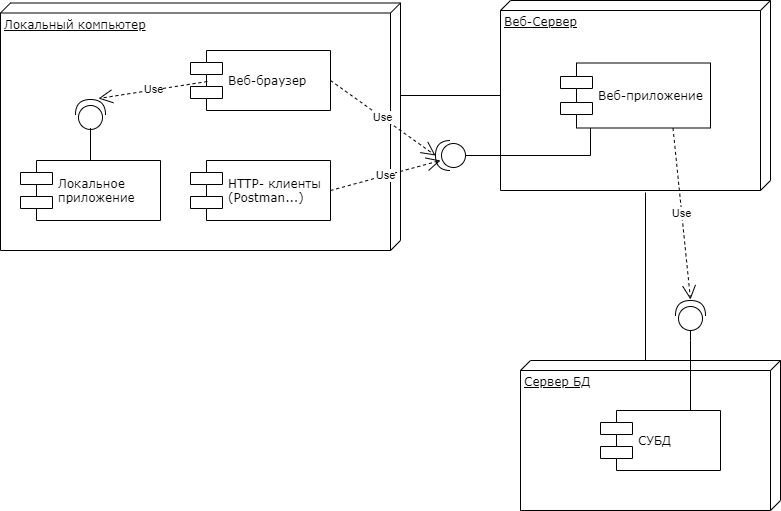
Before: diagrams/Component_diagram.png, a diagram exported from draw.io (IndiFox/rvs). Source tidied: cells renumbered, new cells last; positions are measured from the earlier drawing's top-left corner, leaving out a move shared by most shapes.
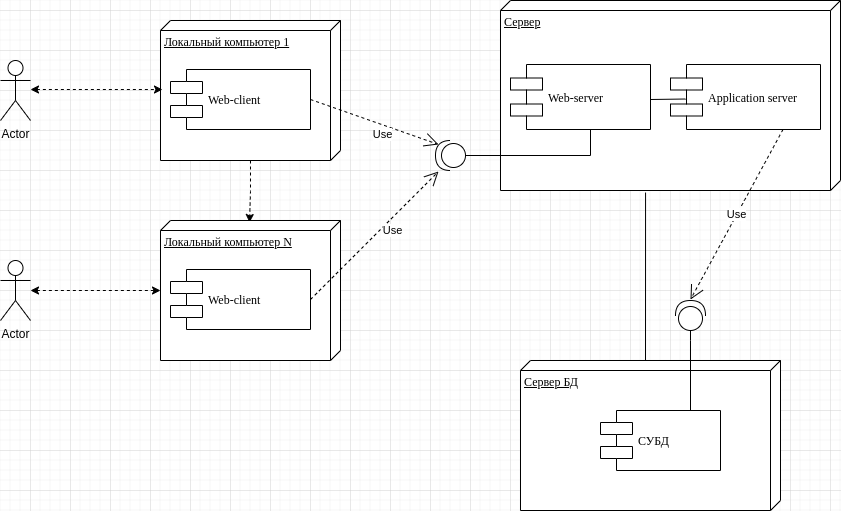
After the commit.

Commit message:
UPD_diagrams

What changed in the source:
```diff
@@ -2,17 +2,22 @@
   <root>
     <mxCell id="0" />
     <mxCell id="1" parent="0" />
+    <mxCell id="22" style="edgeStyle=orthogonalEdgeStyle;rounded=0;jettySize=auto;html=1;dashed=1;" parent="1" edge="1" source="2">
+      <mxGeometry relative="1" as="geometry">
+        <mxPoint x="249" y="222" as="targetPoint" />
+      </mxGeometry>
+    </mxCell>
-    <mxCell id="2" value="Локальный компьютер" style="verticalAlign=top;align=left;spacingTop=8;spacingLeft=2;spacingRight=12;shape=cube;size=10;direction=south;fontStyle=4;html=1;rounded=0;shadow=0;comic=0;labelBackgroundColor=none;strokeWidth=1;fontFamily=Verdana;fontSize=12;" parent="1" vertex="1">
-      <mxGeometry y="2.5" width="400" height="247.5" as="geometry" />
+    <mxCell id="2" value="Локальный компьютер 1" style="verticalAlign=top;align=left;spacingTop=8;spacingLeft=2;spacingRight=12;shape=cube;size=10;direction=south;fontStyle=4;html=1;rounded=0;shadow=0;comic=0;labelBackgroundColor=none;strokeWidth=1;fontFamily=Verdana;fontSize=12;" parent="1" vertex="1">
+      <mxGeometry x="160" y="20" width="180" height="140" as="geometry" />
     </mxCell>
-    <mxCell id="3" value="Веб-Сервер" style="verticalAlign=top;align=left;spacingTop=8;spacingLeft=2;spacingRight=12;shape=cube;size=10;direction=south;fontStyle=4;html=1;rounded=0;shadow=0;comic=0;labelBackgroundColor=none;strokeWidth=1;fontFamily=Verdana;fontSize=12;" parent="1" vertex="1">
-      <mxGeometry x="500" width="270" height="190" as="geometry" />
+    <mxCell id="3" value="Сервер" style="verticalAlign=top;align=left;spacingTop=8;spacingLeft=2;spacingRight=12;shape=cube;size=10;direction=south;fontStyle=4;html=1;rounded=0;shadow=0;comic=0;labelBackgroundColor=none;strokeWidth=1;fontFamily=Verdana;fontSize=12;" parent="1" vertex="1">
+      <mxGeometry x="500" width="340" height="190" as="geometry" />
     </mxCell>
     <mxCell id="4" value="Сервер БД" style="verticalAlign=top;align=left;spacingTop=8;spacingLeft=2;spacingRight=12;shape=cube;size=10;direction=south;fontStyle=4;html=1;rounded=0;shadow=0;comic=0;labelBackgroundColor=none;strokeWidth=1;fontFamily=Verdana;fontSize=12;" parent="1" vertex="1">
       <mxGeometry x="520" y="360" width="260" height="150" as="geometry" />
     </mxCell>
-    <mxCell id="5" value="Веб-браузер" style="shape=component;align=left;spacingLeft=36;rounded=0;shadow=0;comic=0;labelBackgroundColor=none;strokeWidth=1;fontFamily=Verdana;fontSize=12;html=1;" parent="1" vertex="1">
-      <mxGeometry x="190" y="50" width="140" height="60" as="geometry" />
+    <mxCell id="5" value="Web-client" style="shape=component;align=left;spacingLeft=36;rounded=0;shadow=0;comic=0;labelBackgroundColor=none;strokeWidth=1;fontFamily=Verdana;fontSize=12;html=1;" parent="1" vertex="1">
+      <mxGeometry x="170" y="69" width="140" height="60" as="geometry" />
     </mxCell>
     <mxCell id="6" value="СУБД" style="shape=component;align=left;spacingLeft=36;rounded=0;shadow=0;comic=0;labelBackgroundColor=none;strokeWidth=1;fontFamily=Verdana;fontSize=12;html=1;" parent="1" vertex="1">
       <mxGeometry x="600" y="410" width="120" height="60" as="geometry" />
@@ -26,12 +31,9 @@
         </Array>
       </mxGeometry>
     </mxCell>
-    <mxCell id="8" value="Веб-приложение" style="shape=component;align=left;spacingLeft=36;rounded=0;shadow=0;comic=0;labelBackgroundColor=none;strokeWidth=1;fontFamily=Verdana;fontSize=12;html=1;" parent="1" vertex="1">
-      <mxGeometry x="560" y="62.5" width="150" height="65" as="geometry" />
+    <mxCell id="8" value="Application server" style="shape=component;align=left;spacingLeft=36;rounded=0;shadow=0;comic=0;labelBackgroundColor=none;strokeWidth=1;fontFamily=Verdana;fontSize=12;html=1;" parent="1" vertex="1">
+      <mxGeometry x="670" y="64" width="150" height="65" as="geometry" />
     </mxCell>
-    <mxCell id="9" style="line;strokeWidth=1;fillColor=none;align=left;verticalAlign=middle;spacingTop=-1;spacingLeft=3;spacingRight=3;labelPosition=right;" parent="1" vertex="1">
-      <mxGeometry x="400" y="91" width="100" height="8" as="geometry" />
-    </mxCell>
     <mxCell id="10" style="shape=providedRequiredInterface;html=1;verticalLabelPosition=bottom;rotation=-90;" parent="1" vertex="1">
       <mxGeometry x="675" y="300" width="30" height="30" as="geometry" />
     </mxCell>
@@ -58,34 +60,41 @@
         </Array>
       </mxGeometry>
     </mxCell>
-    <mxCell id="15" value="HTTP- клиенты&lt;br&gt;(Postman...)" style="shape=component;align=left;spacingLeft=36;rounded=0;shadow=0;comic=0;labelBackgroundColor=none;strokeWidth=1;fontFamily=Verdana;fontSize=12;html=1;" parent="1" vertex="1">
-      <mxGeometry x="190" y="160" width="140" height="60" as="geometry" />
-    </mxCell>
-    <mxCell id="16" value="Use" style="endArrow=open;endSize=12;dashed=1;html=1;exitX=1;exitY=0.5;exitDx=0;exitDy=0;entryX=1;entryY=0.5;entryDx=0;entryDy=0;entryPerimeter=0;" parent="1" edge="1" source="5" target="13">
-      <mxGeometry relative="1" as="geometry" />
+    <mxCell id="16" value="Use" style="endArrow=open;endSize=12;dashed=1;html=1;exitX=1;exitY=0.5;exitDx=0;exitDy=0;entryX=0.9;entryY=0.867;entryDx=0;entryDy=0;entryPerimeter=0;" parent="1" edge="1" source="5" target="13">
+      <mxGeometry x="0.18" y="-9" relative="1" as="geometry" />
     </mxCell>
+    <mxCell id="23" value="Web-server" style="shape=component;align=left;spacingLeft=36;rounded=0;shadow=0;comic=0;labelBackgroundColor=none;strokeWidth=1;fontFamily=Verdana;fontSize=12;html=1;" parent="1" vertex="1">
+      <mxGeometry x="510" y="64" width="140" height="65" as="geometry" />
+    </mxCell>
+    <mxCell id="24" style="endArrow=none;html=1;exitX=0.1;exitY=0.531;exitDx=0;exitDy=0;exitPerimeter=0;" parent="1" edge="1" source="8">
+      <mxGeometry relative="1" as="geometry">
+        <mxPoint x="650" y="99" as="targetPoint" />
+      </mxGeometry>
+    </mxCell>
+    <mxCell id="25" value="Локальный компьютер N" style="verticalAlign=top;align=left;spacingTop=8;spacingLeft=2;spacingRight=12;shape=cube;size=10;direction=south;fontStyle=4;html=1;rounded=0;shadow=0;comic=0;labelBackgroundColor=none;strokeWidth=1;fontFamily=Verdana;fontSize=12;" parent="1" vertex="1">
+      <mxGeometry x="160" y="220" width="180" height="140" as="geometry" />
+    </mxCell>
+    <mxCell id="26" value="Web-client" style="shape=component;align=left;spacingLeft=36;rounded=0;shadow=0;comic=0;labelBackgroundColor=none;strokeWidth=1;fontFamily=Verdana;fontSize=12;html=1;" parent="1" vertex="1">
+      <mxGeometry x="170" y="269" width="140" height="60" as="geometry" />
+    </mxCell>
-    <mxCell id="17" value="Use" style="endArrow=open;endSize=12;dashed=1;html=1;exitX=1;exitY=0.5;exitDx=0;exitDy=0;" parent="1" edge="1" source="15">
-      <mxGeometry relative="1" as="geometry">
-        <mxPoint x="440" y="160" as="targetPoint" />
+    <mxCell id="17" value="Use" style="endArrow=open;endSize=12;dashed=1;html=1;exitX=1;exitY=0.5;exitDx=0;exitDy=0;" parent="1" edge="1" source="26">
+      <mxGeometry x="0.18" y="-9" relative="1" as="geometry">
+        <mxPoint x="438" y="171" as="targetPoint" />
       </mxGeometry>
     </mxCell>
-    <mxCell id="18" value="Локальное&lt;br&gt;приложение" style="shape=component;align=left;spacingLeft=36;rounded=0;shadow=0;comic=0;labelBackgroundColor=none;strokeWidth=1;fontFamily=Verdana;fontSize=12;html=1;" parent="1" vertex="1">
-      <mxGeometry x="20" y="160" width="140" height="60" as="geometry" />
-    </mxCell>
-    <mxCell id="19" style="shape=providedRequiredInterface;html=1;verticalLabelPosition=bottom;rotation=-90;" parent="1" vertex="1">
-      <mxGeometry x="75" y="99" width="30" height="30" as="geometry" />
-    </mxCell>
-    <mxCell id="20" style="edgeStyle=orthogonalEdgeStyle;rounded=0;html=1;labelBackgroundColor=none;startArrow=none;startFill=0;startSize=8;endArrow=none;endFill=0;endSize=16;fontFamily=Verdana;fontSize=12;" parent="1" edge="1">
-      <mxGeometry relative="1" as="geometry">
-        <mxPoint x="90" y="160" as="sourcePoint" />
-        <mxPoint x="89.5" y="127.5" as="targetPoint" />
-        <Array as="points">
-          <mxPoint x="89.5" y="127.5" />
-        </Array>
-      </mxGeometry>
-    </mxCell>
-    <mxCell id="21" value="Use" style="endArrow=open;endSize=12;dashed=1;html=1;entryX=1.033;entryY=0.767;entryDx=0;entryDy=0;entryPerimeter=0;exitX=0.121;exitY=0.517;exitDx=0;exitDy=0;exitPerimeter=0;" parent="1" edge="1" source="5" target="19">
-      <mxGeometry relative="1" as="geometry" />
-    </mxCell>
+    <mxCell id="27" style="edgeStyle=orthogonalEdgeStyle;rounded=0;jettySize=auto;html=1;dashed=1;startArrow=classic;startFill=1;entryX=0.493;entryY=0.989;entryDx=0;entryDy=0;entryPerimeter=0;" parent="1" edge="1" target="2">
+      <mxGeometry relative="1" as="geometry">
+        <mxPoint x="30" y="89" as="sourcePoint" />
+      </mxGeometry>
+    </mxCell>
+    <mxCell id="28" value="Actor" style="shape=umlActor;verticalLabelPosition=bottom;verticalAlign=top;html=1;" parent="1" vertex="1">
+      <mxGeometry y="60" width="30" height="60" as="geometry" />
+    </mxCell>
+    <mxCell id="29" style="edgeStyle=orthogonalEdgeStyle;rounded=0;jettySize=auto;html=1;dashed=1;startArrow=classic;startFill=1;entryX=0.5;entryY=1;entryDx=0;entryDy=0;entryPerimeter=0;" parent="1" edge="1" source="30" target="25">
+      <mxGeometry relative="1" as="geometry" />
+    </mxCell>
+    <mxCell id="30" value="Actor" style="shape=umlActor;verticalLabelPosition=bottom;verticalAlign=top;html=1;" parent="1" vertex="1">
+      <mxGeometry y="260" width="30" height="60" as="geometry" />
+    </mxCell>
   </root>
 </mxGraphModel>
```
